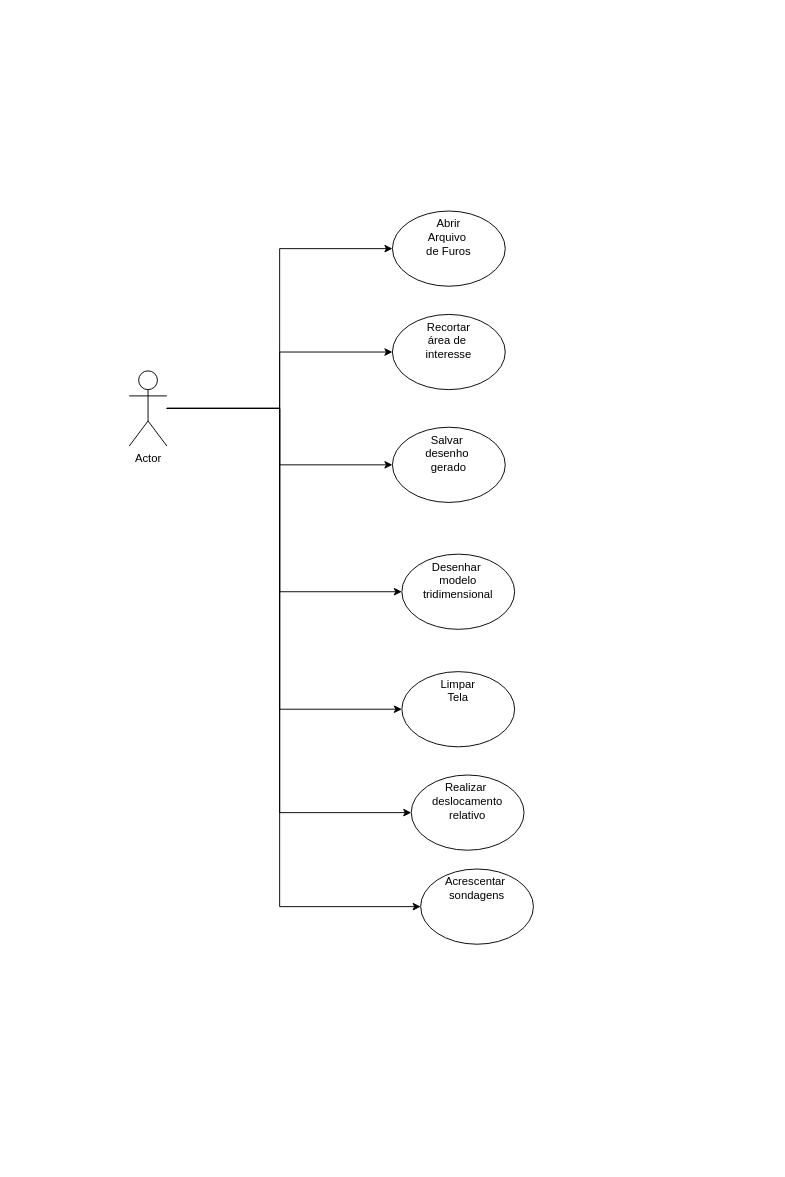
Above: page "Casos de Uso" (2 of 3) of Diagrama inicial.drawio in gustavoofdeooliveira/ModGeo2.0 (draw.io), before the change. Source tidied: cells renumbered, new cells numbered last; positions are measured from the earlier drawing's top-left corner, leaving out a move shared by most shapes. Both pictures are drawn from the tidied source at 94%, with x=0, y=0 at pixel (129, 211).
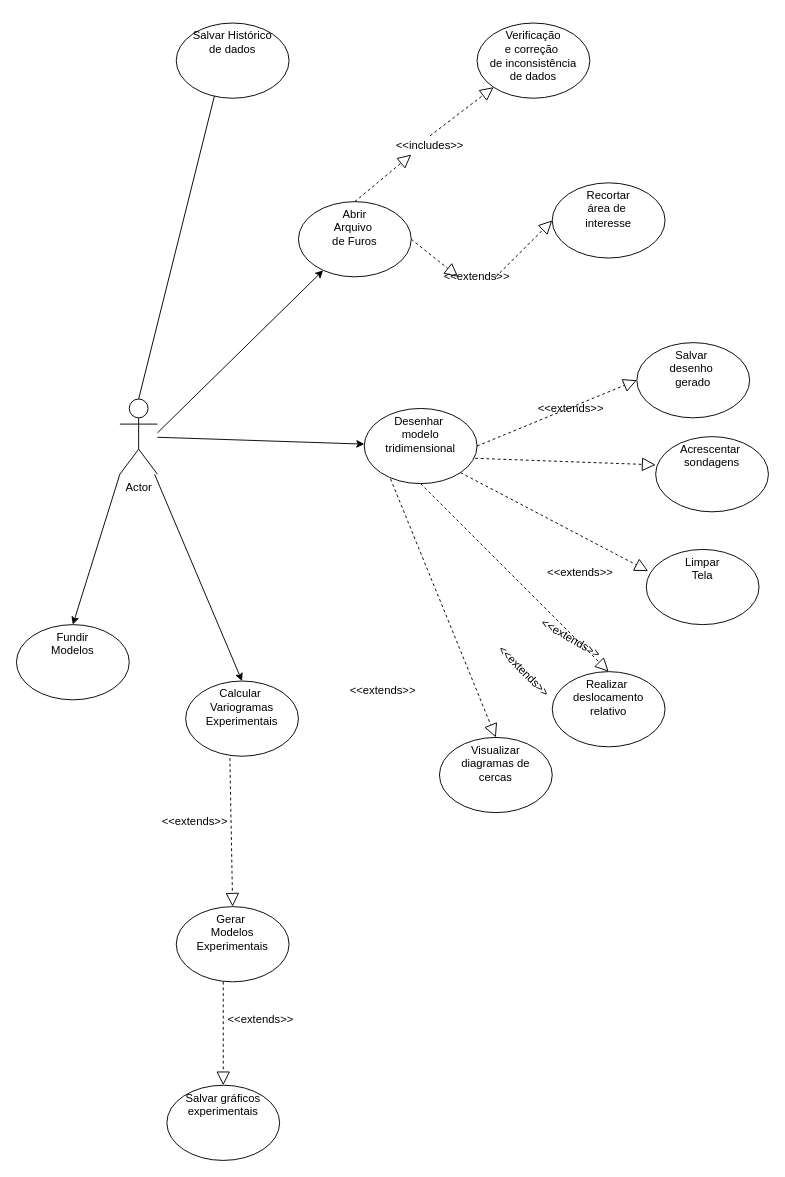
After the change.

Commit message:
Atualizando Diagrama de Casos de Uso

The edit, as a diff of the source:
```diff
@@
-    <mxCell id="2" style="edgeStyle=orthogonalEdgeStyle;rounded=0;jettySize=auto;html=1;" parent="1" edge="1" source="9" target="10">
+    <mxCell id="2" style="jettySize=auto;html=1;" parent="1" edge="1" target="10">
       <mxGeometry relative="1" as="geometry">
-        <Array as="points">
-          <mxPoint x="160" y="210" />
-          <mxPoint x="160" y="40" />
-        </Array>
+        <mxPoint x="30" y="236" as="sourcePoint" />
       </mxGeometry>
     </mxCell>
-    <mxCell id="3" style="edgeStyle=orthogonalEdgeStyle;rounded=0;jettySize=auto;html=1;" parent="1" edge="1" source="9" target="11">
-      <mxGeometry relative="1" as="geometry" />
-    </mxCell>
-    <mxCell id="4" style="edgeStyle=orthogonalEdgeStyle;rounded=0;jettySize=auto;html=1;" parent="1" edge="1" source="9" target="12">
-      <mxGeometry relative="1" as="geometry" />
-    </mxCell>
-    <mxCell id="5" style="edgeStyle=orthogonalEdgeStyle;rounded=0;jettySize=auto;html=1;" parent="1" edge="1" source="9" target="13">
-      <mxGeometry relative="1" as="geometry">
-        <Array as="points">
-          <mxPoint x="160" y="210" />
-          <mxPoint x="160" y="405" />
-        </Array>
-      </mxGeometry>
+    <mxCell id="5" style="jettySize=auto;html=1;" parent="1" edge="1" source="9" target="13">
+      <mxGeometry relative="1" as="geometry" />
     </mxCell>
-    <mxCell id="6" style="edgeStyle=orthogonalEdgeStyle;rounded=0;jettySize=auto;html=1;" parent="1" edge="1" source="9" target="14">
-      <mxGeometry relative="1" as="geometry">
-        <Array as="points">
-          <mxPoint x="160" y="210" />
-          <mxPoint x="160" y="530" />
-        </Array>
-      </mxGeometry>
-    </mxCell>
-    <mxCell id="7" style="edgeStyle=orthogonalEdgeStyle;rounded=0;jettySize=auto;html=1;" parent="1" edge="1" source="9" target="15">
-      <mxGeometry relative="1" as="geometry">
-        <Array as="points">
-          <mxPoint x="160" y="210" />
-          <mxPoint x="160" y="640" />
-        </Array>
-      </mxGeometry>
-    </mxCell>
-    <mxCell id="8" style="edgeStyle=orthogonalEdgeStyle;rounded=0;jettySize=auto;html=1;" parent="1" edge="1" source="9" target="16">
-      <mxGeometry relative="1" as="geometry">
-        <Array as="points">
-          <mxPoint x="160" y="210" />
-          <mxPoint x="160" y="740" />
-        </Array>
-      </mxGeometry>
-    </mxCell>
+    <mxCell id="17" style="edgeStyle=none;jettySize=auto;html=1;entryX=0.5;entryY=0;entryDx=0;entryDy=0;" parent="1" edge="1" source="9" target="33">
+      <mxGeometry relative="1" as="geometry" />
+    </mxCell>
+    <mxCell id="18" style="edgeStyle=none;jettySize=auto;html=1;entryX=0.5;entryY=0;entryDx=0;entryDy=0;exitX=0;exitY=1;exitDx=0;exitDy=0;exitPerimeter=0;" parent="1" edge="1" source="9" target="40">
+      <mxGeometry relative="1" as="geometry" />
+    </mxCell>
     <mxCell id="9" value="Actor" style="shape=umlActor;verticalLabelPosition=bottom;verticalAlign=top;html=1;direction=east;" parent="1" vertex="1">
-      <mxGeometry y="170" width="40" height="80" as="geometry" />
+      <mxGeometry x="-10" y="200" width="40" height="80" as="geometry" />
     </mxCell>
     <mxCell id="10" value="Abrir&lt;br&gt;Arquivo&amp;nbsp;&lt;br&gt;de Furos" style="ellipse;whiteSpace=wrap;html=1;verticalAlign=top;" parent="1" vertex="1">
-      <mxGeometry x="280" width="120" height="80" as="geometry" />
+      <mxGeometry x="180" y="-10" width="120" height="80" as="geometry" />
     </mxCell>
     <mxCell id="11" value="Recortar&lt;br&gt;área de&amp;nbsp;&lt;br&gt;interesse" style="ellipse;whiteSpace=wrap;html=1;verticalAlign=top;" parent="1" vertex="1">
-      <mxGeometry x="280" y="110" width="120" height="80" as="geometry" />
+      <mxGeometry x="450" y="-30" width="120" height="80" as="geometry" />
     </mxCell>
     <mxCell id="12" value="Salvar&amp;nbsp;&lt;br&gt;desenho&amp;nbsp;&lt;br&gt;gerado" style="ellipse;whiteSpace=wrap;html=1;verticalAlign=top;" parent="1" vertex="1">
-      <mxGeometry x="280" y="230" width="120" height="80" as="geometry" />
+      <mxGeometry x="540" y="140" width="120" height="80" as="geometry" />
     </mxCell>
     <mxCell id="13" value="Desenhar&amp;nbsp;&lt;br&gt;modelo&lt;br&gt;tridimensional" style="ellipse;whiteSpace=wrap;html=1;verticalAlign=top;" parent="1" vertex="1">
-      <mxGeometry x="290" y="365" width="120" height="80" as="geometry" />
+      <mxGeometry x="250" y="210" width="120" height="80" as="geometry" />
     </mxCell>
     <mxCell id="14" value="Limpar&lt;br&gt;Tela" style="ellipse;whiteSpace=wrap;html=1;verticalAlign=top;" parent="1" vertex="1">
-      <mxGeometry x="290" y="490" width="120" height="80" as="geometry" />
+      <mxGeometry x="550" y="360" width="120" height="80" as="geometry" />
     </mxCell>
     <mxCell id="15" value="Realizar&amp;nbsp;&lt;br&gt;deslocamento&lt;br&gt;relativo" style="ellipse;whiteSpace=wrap;html=1;verticalAlign=top;" parent="1" vertex="1">
-      <mxGeometry x="300" y="600" width="120" height="80" as="geometry" />
+      <mxGeometry x="450" y="490" width="120" height="80" as="geometry" />
     </mxCell>
+    <mxCell id="19" style="endArrow=block;dashed=1;endFill=0;endSize=12;html=1;entryX=0;entryY=0.5;entryDx=0;entryDy=0;exitX=1;exitY=0.5;exitDx=0;exitDy=0;" parent="1" edge="1" source="13" target="12">
+      <mxGeometry relative="1" as="geometry" />
+    </mxCell>
+    <mxCell id="20" value="&amp;lt;&amp;lt;extends&amp;gt;&amp;gt;" style="text;html=1;strokeColor=none;fillColor=none;align=center;verticalAlign=middle;whiteSpace=wrap;rotation=0;" parent="1" vertex="1">
+      <mxGeometry x="450" y="200" width="40" height="20" as="geometry" />
+    </mxCell>
     <mxCell id="16" value="Acrescentar&amp;nbsp;&lt;br&gt;sondagens" style="ellipse;whiteSpace=wrap;html=1;verticalAlign=top;" parent="1" vertex="1">
-      <mxGeometry x="310" y="700" width="120" height="80" as="geometry" />
+      <mxGeometry x="560" y="240" width="120" height="80" as="geometry" />
     </mxCell>
+    <mxCell id="21" style="endArrow=block;dashed=1;endFill=0;endSize=12;html=1;entryX=0;entryY=0.375;entryDx=0;entryDy=0;entryPerimeter=0;exitX=0.983;exitY=0.663;exitDx=0;exitDy=0;exitPerimeter=0;" parent="1" edge="1" source="13" target="16">
+      <mxGeometry relative="1" as="geometry" />
+    </mxCell>
+    <mxCell id="22" value="&amp;lt;&amp;lt;extends&amp;gt;&amp;gt;" style="text;html=1;strokeColor=none;fillColor=none;align=center;verticalAlign=middle;whiteSpace=wrap;rotation=0;" parent="1" vertex="1">
+      <mxGeometry x="460" y="375" width="40" height="20" as="geometry" />
+    </mxCell>
+    <mxCell id="23" style="endArrow=block;dashed=1;endFill=0;endSize=12;html=1;entryX=0.017;entryY=0.288;entryDx=0;entryDy=0;entryPerimeter=0;exitX=1;exitY=1;exitDx=0;exitDy=0;" parent="1" edge="1" source="13" target="14">
+      <mxGeometry relative="1" as="geometry" />
+    </mxCell>
+    <mxCell id="24" value="&amp;lt;&amp;lt;extends&amp;gt;&amp;gt;" style="text;html=1;strokeColor=none;fillColor=none;align=center;verticalAlign=middle;whiteSpace=wrap;rotation=30;" parent="1" vertex="1">
+      <mxGeometry x="450" y="445" width="40" height="20" as="geometry" />
+    </mxCell>
+    <mxCell id="25" style="endArrow=block;dashed=1;endFill=0;endSize=12;html=1;entryX=0;entryY=0.5;entryDx=0;entryDy=0;exitX=1;exitY=0.5;exitDx=0;exitDy=0;" parent="1" edge="1" source="45" target="11">
+      <mxGeometry relative="1" as="geometry" />
+    </mxCell>
+    <mxCell id="26" style="endArrow=block;dashed=1;endFill=0;endSize=12;html=1;entryX=0.5;entryY=0;entryDx=0;entryDy=0;exitX=0.5;exitY=1;exitDx=0;exitDy=0;" parent="1" edge="1" source="13" target="15">
+      <mxGeometry relative="1" as="geometry" />
+    </mxCell>
+    <mxCell id="27" value="&amp;lt;&amp;lt;extends&amp;gt;&amp;gt;" style="text;html=1;strokeColor=none;fillColor=none;align=center;verticalAlign=middle;whiteSpace=wrap;rotation=45;" parent="1" vertex="1">
+      <mxGeometry x="400" y="480" width="40" height="20" as="geometry" />
+    </mxCell>
+    <mxCell id="28" value="Verificação&lt;br&gt;e correção&amp;nbsp;&lt;br&gt;de inconsistência&lt;br&gt;de dados" style="ellipse;whiteSpace=wrap;html=1;verticalAlign=top;" parent="1" vertex="1">
+      <mxGeometry x="370" y="-200" width="120" height="80" as="geometry" />
+    </mxCell>
+    <mxCell id="29" style="endArrow=block;dashed=1;endFill=0;endSize=12;html=1;entryX=0;entryY=1;entryDx=0;entryDy=0;exitX=0.5;exitY=0;exitDx=0;exitDy=0;" parent="1" edge="1" source="43" target="28">
+      <mxGeometry relative="1" as="geometry" />
+    </mxCell>
+    <mxCell id="30" value="Visualizar&lt;br&gt;diagramas de&lt;br&gt;cercas" style="ellipse;whiteSpace=wrap;html=1;verticalAlign=top;" parent="1" vertex="1">
+      <mxGeometry x="330" y="560" width="120" height="80" as="geometry" />
+    </mxCell>
+    <mxCell id="31" style="endArrow=block;dashed=1;endFill=0;endSize=12;html=1;entryX=0.5;entryY=0;entryDx=0;entryDy=0;exitX=0.233;exitY=0.938;exitDx=0;exitDy=0;exitPerimeter=0;" parent="1" edge="1" source="13" target="30">
+      <mxGeometry relative="1" as="geometry" />
+    </mxCell>
+    <mxCell id="32" value="&amp;lt;&amp;lt;extends&amp;gt;&amp;gt;" style="text;html=1;strokeColor=none;fillColor=none;align=center;verticalAlign=middle;whiteSpace=wrap;rotation=0;" parent="1" vertex="1">
+      <mxGeometry x="250" y="500" width="40" height="20" as="geometry" />
+    </mxCell>
+    <mxCell id="33" value="Calcular&amp;nbsp;&lt;br&gt;Variogramas&lt;br&gt;Experimentais" style="ellipse;whiteSpace=wrap;html=1;verticalAlign=top;" parent="1" vertex="1">
+      <mxGeometry x="60" y="500" width="120" height="80" as="geometry" />
+    </mxCell>
+    <mxCell id="34" value="Gerar&amp;nbsp;&lt;br&gt;Modelos&lt;br&gt;Experimentais" style="ellipse;whiteSpace=wrap;html=1;verticalAlign=top;" parent="1" vertex="1">
+      <mxGeometry x="50" y="740" width="120" height="80" as="geometry" />
+    </mxCell>
+    <mxCell id="35" style="endArrow=block;dashed=1;endFill=0;endSize=12;html=1;entryX=0.5;entryY=0;entryDx=0;entryDy=0;exitX=0.392;exitY=1.025;exitDx=0;exitDy=0;exitPerimeter=0;" parent="1" edge="1" source="33" target="34">
+      <mxGeometry relative="1" as="geometry" />
+    </mxCell>
+    <mxCell id="36" value="&amp;lt;&amp;lt;extends&amp;gt;&amp;gt;" style="text;html=1;strokeColor=none;fillColor=none;align=center;verticalAlign=middle;whiteSpace=wrap;rotation=0;" parent="1" vertex="1">
+      <mxGeometry x="50" y="640" width="40" height="20" as="geometry" />
+    </mxCell>
+    <mxCell id="37" style="endArrow=block;dashed=1;endFill=0;endSize=12;html=1;entryX=0.5;entryY=0;entryDx=0;entryDy=0;" parent="1" edge="1" target="39">
+      <mxGeometry relative="1" as="geometry">
+        <mxPoint x="100" y="820" as="sourcePoint" />
+      </mxGeometry>
+    </mxCell>
+    <mxCell id="38" value="&amp;lt;&amp;lt;extends&amp;gt;&amp;gt;" style="text;html=1;strokeColor=none;fillColor=none;align=center;verticalAlign=middle;whiteSpace=wrap;rotation=0;" parent="1" vertex="1">
+      <mxGeometry x="120" y="850" width="40" height="20" as="geometry" />
+    </mxCell>
+    <mxCell id="39" value="Salvar gráficos&lt;br&gt;experimentais" style="ellipse;whiteSpace=wrap;html=1;verticalAlign=top;" parent="1" vertex="1">
+      <mxGeometry x="40" y="930" width="120" height="80" as="geometry" />
+    </mxCell>
+    <mxCell id="40" value="Fundir&lt;br&gt;Modelos" style="ellipse;whiteSpace=wrap;html=1;verticalAlign=top;" parent="1" vertex="1">
+      <mxGeometry x="-120" y="440" width="120" height="80" as="geometry" />
+    </mxCell>
+    <mxCell id="41" style="edgeStyle=none;jettySize=auto;html=1;entryX=0.5;entryY=0;entryDx=0;entryDy=0;exitX=0.5;exitY=0;exitDx=0;exitDy=0;exitPerimeter=0;" parent="1" edge="1" source="9" target="42">
+      <mxGeometry relative="1" as="geometry" />
+    </mxCell>
+    <mxCell id="42" value="Salvar Histórico&lt;br&gt;de dados" style="ellipse;whiteSpace=wrap;html=1;verticalAlign=top;" parent="1" vertex="1">
+      <mxGeometry x="50" y="-200" width="120" height="80" as="geometry" />
+    </mxCell>
+    <mxCell id="43" value="&amp;lt;&amp;lt;includes&amp;gt;&amp;gt;" style="text;html=1;strokeColor=none;fillColor=none;align=center;verticalAlign=middle;whiteSpace=wrap;rotation=0;" parent="1" vertex="1">
+      <mxGeometry x="300" y="-80" width="40" height="20" as="geometry" />
+    </mxCell>
+    <mxCell id="44" style="endArrow=block;dashed=1;endFill=0;endSize=12;html=1;entryX=0;entryY=1;entryDx=0;entryDy=0;exitX=0.5;exitY=0;exitDx=0;exitDy=0;" parent="1" edge="1" source="10" target="43">
+      <mxGeometry relative="1" as="geometry" />
+    </mxCell>
+    <mxCell id="45" value="&amp;lt;&amp;lt;extends&amp;gt;&amp;gt;" style="text;html=1;strokeColor=none;fillColor=none;align=center;verticalAlign=middle;whiteSpace=wrap;rotation=0;" parent="1" vertex="1">
+      <mxGeometry x="350" y="60" width="40" height="20" as="geometry" />
+    </mxCell>
+    <mxCell id="46" style="endArrow=block;dashed=1;endFill=0;endSize=12;html=1;entryX=0;entryY=0.5;entryDx=0;entryDy=0;exitX=1;exitY=0.5;exitDx=0;exitDy=0;" parent="1" edge="1" source="10" target="45">
+      <mxGeometry relative="1" as="geometry" />
+    </mxCell>
```
